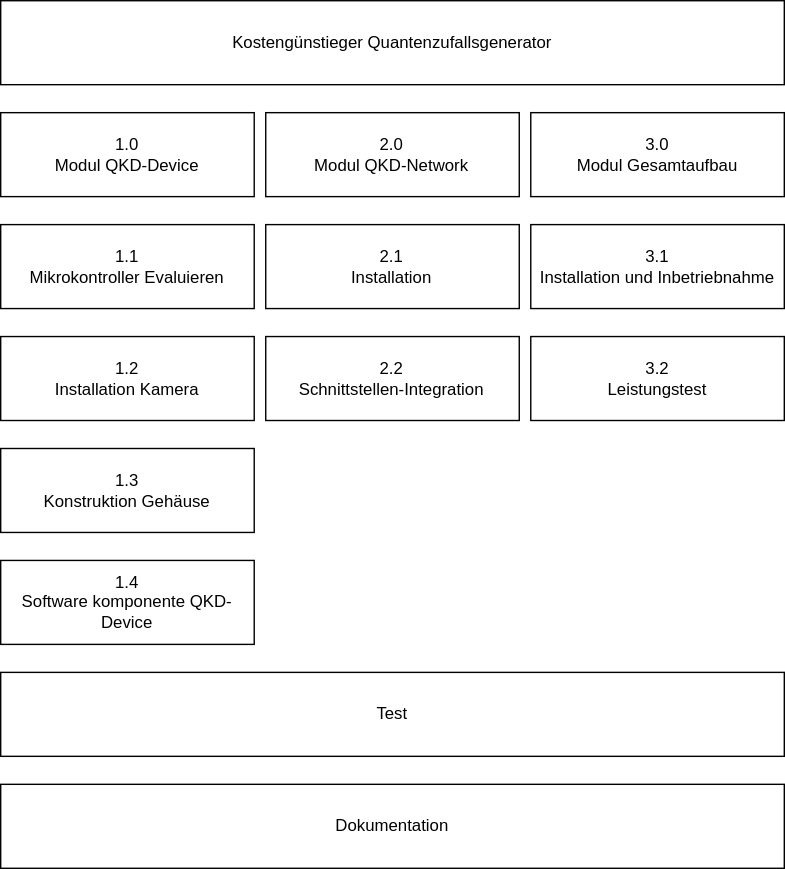
This is projektstrukturplan_thin.drawio.svg from AlexanderRoempke/drawings, a draw.io export, as it was before one commit. Source tidied: cells renumbered, new cells last; positions are measured from the earlier drawing's top-left corner, leaving out a move shared by most shapes. Its diagram source:
```xml
<mxGraphModel>
  <root>
    <mxCell id="0" />
    <mxCell id="1" parent="0" />
    <mxCell id="2" style="group;" parent="1" vertex="1">
      <mxGeometry width="560" height="620" as="geometry" />
    </mxCell>
    <mxCell id="3" value="Kostengünstieger Quantenzufallsgenerator" style="rounded=0;whiteSpace=wrap;html=1;" parent="2" vertex="1">
      <mxGeometry width="560" height="60" as="geometry" />
    </mxCell>
    <mxCell id="4" value="1.0&lt;br&gt;Modul QKD-Device" style="rounded=0;whiteSpace=wrap;html=1;" parent="2" vertex="1">
      <mxGeometry y="80" width="181.2" height="60" as="geometry" />
    </mxCell>
    <mxCell id="5" value="2.0&lt;br&gt;Modul QKD-Network" style="rounded=0;whiteSpace=wrap;html=1;" parent="2" vertex="1">
      <mxGeometry x="189.4" y="80" width="181.2" height="60" as="geometry" />
    </mxCell>
    <mxCell id="6" value="3.0&lt;br&gt;Modul Gesamtaufbau" style="rounded=0;whiteSpace=wrap;html=1;" parent="2" vertex="1">
      <mxGeometry x="378.8" y="80" width="181.2" height="60" as="geometry" />
    </mxCell>
    <mxCell id="7" value="2.1&lt;br&gt;Installation" style="rounded=0;whiteSpace=wrap;html=1;" parent="2" vertex="1">
      <mxGeometry x="189.4" y="160" width="181.2" height="60" as="geometry" />
    </mxCell>
    <mxCell id="8" value="1.1&lt;br&gt;Mikrokontroller Evaluieren" style="rounded=0;whiteSpace=wrap;html=1;" parent="2" vertex="1">
      <mxGeometry y="160" width="181.2" height="60" as="geometry" />
    </mxCell>
    <mxCell id="9" value="3.1&lt;br&gt;Installation und Inbetriebnahme" style="rounded=0;whiteSpace=wrap;html=1;" parent="2" vertex="1">
      <mxGeometry x="378.8" y="160" width="181.2" height="60" as="geometry" />
    </mxCell>
    <mxCell id="10" value="1.2&lt;br&gt;Installation Kamera" style="rounded=0;whiteSpace=wrap;html=1;" parent="2" vertex="1">
      <mxGeometry y="240" width="181.2" height="60" as="geometry" />
    </mxCell>
    <mxCell id="11" value="3.2&lt;br&gt;Leistungstest" style="rounded=0;whiteSpace=wrap;html=1;" parent="2" vertex="1">
      <mxGeometry x="378.8" y="240" width="181.2" height="60" as="geometry" />
    </mxCell>
    <mxCell id="12" value="2.2&lt;br&gt;Schnittstellen-Integration" style="rounded=0;whiteSpace=wrap;html=1;" parent="2" vertex="1">
      <mxGeometry x="189.4" y="240" width="181.2" height="60" as="geometry" />
    </mxCell>
    <mxCell id="13" value="Test" style="rounded=0;whiteSpace=wrap;html=1;" parent="2" vertex="1">
      <mxGeometry y="480" width="560" height="60" as="geometry" />
    </mxCell>
    <mxCell id="14" value="Dokumentation" style="rounded=0;whiteSpace=wrap;html=1;" parent="2" vertex="1">
      <mxGeometry y="560" width="560" height="60" as="geometry" />
    </mxCell>
    <mxCell id="15" value="&lt;div&gt;1.3&lt;/div&gt;&lt;div&gt;Konstruktion Gehäuse&lt;br&gt;&lt;/div&gt;" style="rounded=0;whiteSpace=wrap;html=1;" parent="2" vertex="1">
      <mxGeometry y="320" width="181.2" height="60" as="geometry" />
    </mxCell>
    <mxCell id="16" value="&lt;div&gt;1.4&lt;/div&gt;&lt;div&gt;Software komponente QKD-Device&lt;br&gt;&lt;/div&gt;" style="rounded=0;whiteSpace=wrap;html=1;" parent="2" vertex="1">
      <mxGeometry y="400" width="181.2" height="60" as="geometry" />
    </mxCell>
  </root>
</mxGraphModel>
```
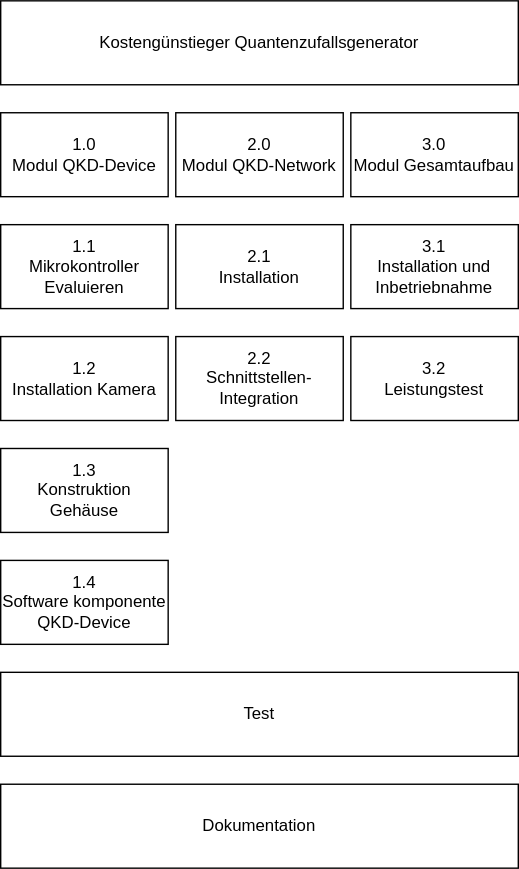
After the change.

Diff of the diagram source:
```diff
@@ -2,50 +2,50 @@
   <root>
     <mxCell id="0" />
     <mxCell id="1" parent="0" />
-    <mxCell id="2" style="group;" parent="1" vertex="1">
-      <mxGeometry width="560" height="620" as="geometry" />
-    </mxCell>
+    <mxCell id="17" style="group;" parent="1" vertex="1">
+      <mxGeometry width="370" height="620" as="geometry" />
+    </mxCell>
-    <mxCell id="3" value="Kostengünstieger Quantenzufallsgenerator" style="rounded=0;whiteSpace=wrap;html=1;" parent="2" vertex="1">
-      <mxGeometry width="560" height="60" as="geometry" />
+    <mxCell id="3" value="Kostengünstieger Quantenzufallsgenerator" style="rounded=0;whiteSpace=wrap;html=1;" parent="17" vertex="1">
+      <mxGeometry width="370" height="60" as="geometry" />
     </mxCell>
-    <mxCell id="4" value="1.0&lt;br&gt;Modul QKD-Device" style="rounded=0;whiteSpace=wrap;html=1;" parent="2" vertex="1">
-      <mxGeometry y="80" width="181.2" height="60" as="geometry" />
+    <mxCell id="4" value="1.0&lt;br&gt;Modul QKD-Device" style="rounded=0;whiteSpace=wrap;html=1;" parent="17" vertex="1">
+      <mxGeometry y="80" width="119.7" height="60" as="geometry" />
     </mxCell>
-    <mxCell id="5" value="2.0&lt;br&gt;Modul QKD-Network" style="rounded=0;whiteSpace=wrap;html=1;" parent="2" vertex="1">
-      <mxGeometry x="189.4" y="80" width="181.2" height="60" as="geometry" />
+    <mxCell id="5" value="2.0&lt;br&gt;Modul QKD-Network" style="rounded=0;whiteSpace=wrap;html=1;" parent="17" vertex="1">
+      <mxGeometry x="125.1" y="80" width="119.7" height="60" as="geometry" />
     </mxCell>
-    <mxCell id="6" value="3.0&lt;br&gt;Modul Gesamtaufbau" style="rounded=0;whiteSpace=wrap;html=1;" parent="2" vertex="1">
-      <mxGeometry x="378.8" y="80" width="181.2" height="60" as="geometry" />
+    <mxCell id="6" value="3.0&lt;br&gt;Modul Gesamtaufbau" style="rounded=0;whiteSpace=wrap;html=1;" parent="17" vertex="1">
+      <mxGeometry x="250.3" y="80" width="119.7" height="60" as="geometry" />
     </mxCell>
-    <mxCell id="7" value="2.1&lt;br&gt;Installation" style="rounded=0;whiteSpace=wrap;html=1;" parent="2" vertex="1">
-      <mxGeometry x="189.4" y="160" width="181.2" height="60" as="geometry" />
+    <mxCell id="7" value="2.1&lt;br&gt;Installation" style="rounded=0;whiteSpace=wrap;html=1;" parent="17" vertex="1">
+      <mxGeometry x="125.1" y="160" width="119.7" height="60" as="geometry" />
     </mxCell>
-    <mxCell id="8" value="1.1&lt;br&gt;Mikrokontroller Evaluieren" style="rounded=0;whiteSpace=wrap;html=1;" parent="2" vertex="1">
-      <mxGeometry y="160" width="181.2" height="60" as="geometry" />
+    <mxCell id="8" value="1.1&lt;br&gt;Mikrokontroller Evaluieren" style="rounded=0;whiteSpace=wrap;html=1;" parent="17" vertex="1">
+      <mxGeometry y="160" width="119.7" height="60" as="geometry" />
     </mxCell>
-    <mxCell id="9" value="3.1&lt;br&gt;Installation und Inbetriebnahme" style="rounded=0;whiteSpace=wrap;html=1;" parent="2" vertex="1">
-      <mxGeometry x="378.8" y="160" width="181.2" height="60" as="geometry" />
+    <mxCell id="9" value="3.1&lt;br&gt;Installation und Inbetriebnahme" style="rounded=0;whiteSpace=wrap;html=1;" parent="17" vertex="1">
+      <mxGeometry x="250.3" y="160" width="119.7" height="60" as="geometry" />
     </mxCell>
-    <mxCell id="10" value="1.2&lt;br&gt;Installation Kamera" style="rounded=0;whiteSpace=wrap;html=1;" parent="2" vertex="1">
-      <mxGeometry y="240" width="181.2" height="60" as="geometry" />
+    <mxCell id="10" value="1.2&lt;br&gt;Installation Kamera" style="rounded=0;whiteSpace=wrap;html=1;" parent="17" vertex="1">
+      <mxGeometry y="240" width="119.7" height="60" as="geometry" />
     </mxCell>
-    <mxCell id="11" value="3.2&lt;br&gt;Leistungstest" style="rounded=0;whiteSpace=wrap;html=1;" parent="2" vertex="1">
-      <mxGeometry x="378.8" y="240" width="181.2" height="60" as="geometry" />
+    <mxCell id="11" value="3.2&lt;br&gt;Leistungstest" style="rounded=0;whiteSpace=wrap;html=1;" parent="17" vertex="1">
+      <mxGeometry x="250.3" y="240" width="119.7" height="60" as="geometry" />
     </mxCell>
-    <mxCell id="12" value="2.2&lt;br&gt;Schnittstellen-Integration" style="rounded=0;whiteSpace=wrap;html=1;" parent="2" vertex="1">
-      <mxGeometry x="189.4" y="240" width="181.2" height="60" as="geometry" />
+    <mxCell id="12" value="2.2&lt;br&gt;Schnittstellen-Integration" style="rounded=0;whiteSpace=wrap;html=1;" parent="17" vertex="1">
+      <mxGeometry x="125.1" y="240" width="119.7" height="60" as="geometry" />
     </mxCell>
-    <mxCell id="13" value="Test" style="rounded=0;whiteSpace=wrap;html=1;" parent="2" vertex="1">
-      <mxGeometry y="480" width="560" height="60" as="geometry" />
+    <mxCell id="13" value="Test" style="rounded=0;whiteSpace=wrap;html=1;" parent="17" vertex="1">
+      <mxGeometry y="480" width="370" height="60" as="geometry" />
     </mxCell>
-    <mxCell id="14" value="Dokumentation" style="rounded=0;whiteSpace=wrap;html=1;" parent="2" vertex="1">
-      <mxGeometry y="560" width="560" height="60" as="geometry" />
+    <mxCell id="14" value="Dokumentation" style="rounded=0;whiteSpace=wrap;html=1;" parent="17" vertex="1">
+      <mxGeometry y="560" width="370" height="60" as="geometry" />
     </mxCell>
-    <mxCell id="15" value="&lt;div&gt;1.3&lt;/div&gt;&lt;div&gt;Konstruktion Gehäuse&lt;br&gt;&lt;/div&gt;" style="rounded=0;whiteSpace=wrap;html=1;" parent="2" vertex="1">
-      <mxGeometry y="320" width="181.2" height="60" as="geometry" />
+    <mxCell id="15" value="&lt;div&gt;1.3&lt;/div&gt;&lt;div&gt;Konstruktion Gehäuse&lt;br&gt;&lt;/div&gt;" style="rounded=0;whiteSpace=wrap;html=1;" parent="17" vertex="1">
+      <mxGeometry y="320" width="119.7" height="60" as="geometry" />
     </mxCell>
-    <mxCell id="16" value="&lt;div&gt;1.4&lt;/div&gt;&lt;div&gt;Software komponente QKD-Device&lt;br&gt;&lt;/div&gt;" style="rounded=0;whiteSpace=wrap;html=1;" parent="2" vertex="1">
-      <mxGeometry y="400" width="181.2" height="60" as="geometry" />
+    <mxCell id="16" value="&lt;div&gt;1.4&lt;/div&gt;&lt;div&gt;Software komponente QKD-Device&lt;br&gt;&lt;/div&gt;" style="rounded=0;whiteSpace=wrap;html=1;" parent="17" vertex="1">
+      <mxGeometry y="400" width="119.7" height="60" as="geometry" />
     </mxCell>
   </root>
 </mxGraphModel>
```
